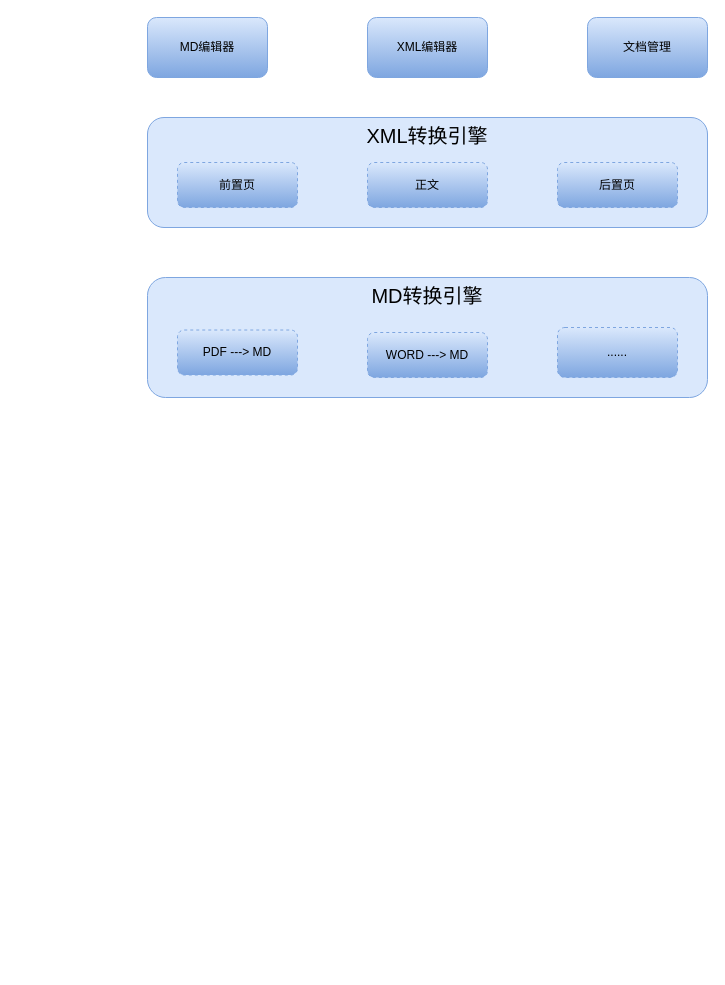
This is 标准数字化项目.drawio from z-cloud-z/draw, a draw.io file, before an edit. Source tidied: cells renumbered, new cells numbered last; positions are measured from the earlier drawing's top-left corner, leaving out a move shared by most shapes. Both pictures are drawn from the tidied source at 100%, with x=0, y=0 at pixel (147, 17).
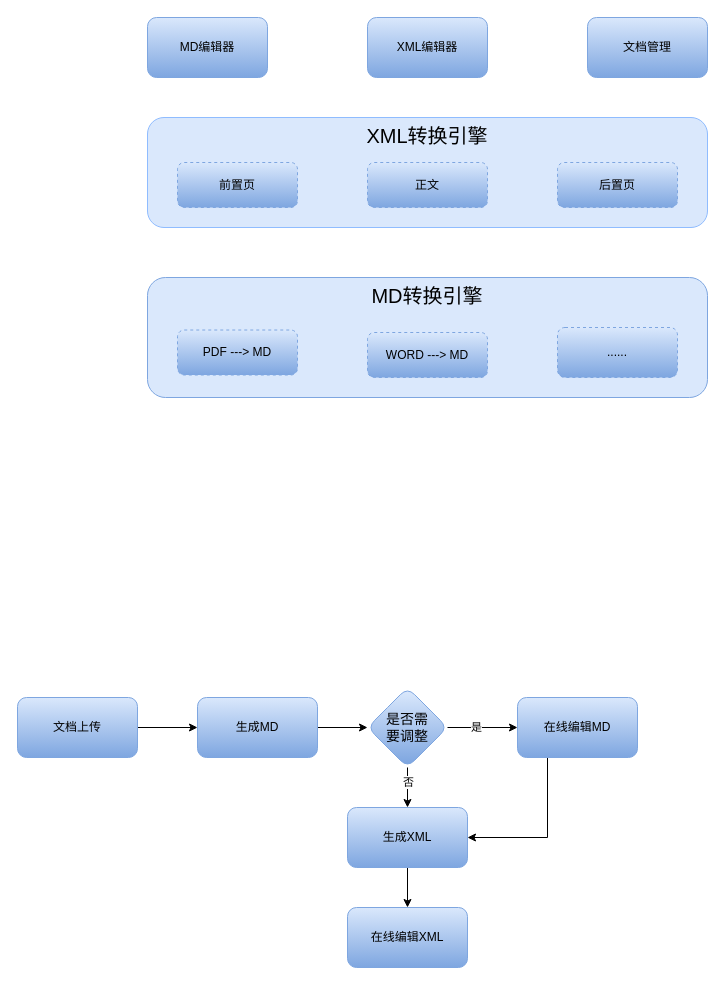
The same page after the edit.

Commit message (it also covers changes not shown here):
更新标准数字化项目.drawio

What changed in the source:
```diff
@@
-    <mxCell id="9" value="XML转换引擎" style="rounded=1;whiteSpace=wrap;html=1;verticalAlign=top;fontSize=20;fillColor=#dae8fc;strokeColor=#7EA6E0;" parent="1" vertex="1">
+    <mxCell id="9" value="XML转换引擎" style="rounded=1;whiteSpace=wrap;html=1;verticalAlign=top;fontSize=20;fillColor=#dae8fc;strokeColor=#8FBCFF;" parent="1" vertex="1">
       <mxGeometry y="100" width="560" height="110" as="geometry" />
     </mxCell>
@@
+    <mxCell id="13" style="edgeStyle=orthogonalEdgeStyle;rounded=0;jettySize=auto;html=1;" parent="1" edge="1" source="14" target="16">
+      <mxGeometry relative="1" as="geometry" />
+    </mxCell>
+    <mxCell id="14" value="文档上传" style="rounded=1;whiteSpace=wrap;html=1;fillColor=#dae8fc;gradientColor=#7ea6e0;strokeColor=#7EA6E0;" parent="1" vertex="1">
+      <mxGeometry x="-130" y="680" width="120" height="60" as="geometry" />
+    </mxCell>
+    <mxCell id="15" style="edgeStyle=orthogonalEdgeStyle;rounded=0;jettySize=auto;html=1;" parent="1" edge="1" source="16" target="21">
+      <mxGeometry relative="1" as="geometry" />
+    </mxCell>
+    <mxCell id="16" value="生成MD" style="rounded=1;whiteSpace=wrap;html=1;fillColor=#dae8fc;gradientColor=#7ea6e0;strokeColor=#7EA6E0;" parent="1" vertex="1">
+      <mxGeometry x="50" y="680" width="120" height="60" as="geometry" />
+    </mxCell>
+    <mxCell id="17" style="edgeStyle=orthogonalEdgeStyle;rounded=0;jettySize=auto;html=1;" parent="1" edge="1" source="21" target="23">
+      <mxGeometry relative="1" as="geometry" />
+    </mxCell>
+    <mxCell id="18" value="否" style="edgeLabel;html=1;align=center;verticalAlign=middle;" parent="17" vertex="1">
+      <mxGeometry x="-0.31" y="-4" relative="1" as="geometry">
+        <mxPoint x="4" as="offset" />
+      </mxGeometry>
+    </mxCell>
+    <mxCell id="19" style="edgeStyle=orthogonalEdgeStyle;rounded=0;jettySize=auto;html=1;" parent="1" edge="1" source="21" target="25">
+      <mxGeometry relative="1" as="geometry" />
+    </mxCell>
+    <mxCell id="20" value="是" style="edgeLabel;html=1;align=center;verticalAlign=middle;" parent="19" vertex="1">
+      <mxGeometry x="-0.2" y="1" relative="1" as="geometry" />
+    </mxCell>
+    <mxCell id="21" value="&lt;font style=&quot;font-size: 14px;&quot;&gt;是否需&lt;/font&gt;&lt;div&gt;&lt;font style=&quot;font-size: 14px;&quot;&gt;要调整&lt;/font&gt;&lt;/div&gt;" style="rhombus;whiteSpace=wrap;html=1;fillColor=#dae8fc;strokeColor=#7EA6E0;rounded=1;gradientColor=#7ea6e0;" parent="1" vertex="1">
+      <mxGeometry x="220" y="670" width="80" height="80" as="geometry" />
+    </mxCell>
+    <mxCell id="22" style="edgeStyle=orthogonalEdgeStyle;rounded=0;jettySize=auto;html=1;" parent="1" edge="1" source="23" target="26">
+      <mxGeometry relative="1" as="geometry" />
+    </mxCell>
+    <mxCell id="23" value="生成XML" style="whiteSpace=wrap;html=1;fillColor=#dae8fc;strokeColor=#7EA6E0;rounded=1;gradientColor=#7ea6e0;" parent="1" vertex="1">
+      <mxGeometry x="200" y="790" width="120" height="60" as="geometry" />
+    </mxCell>
+    <mxCell id="24" style="edgeStyle=orthogonalEdgeStyle;rounded=0;jettySize=auto;html=1;entryX=1;entryY=0.5;entryDx=0;entryDy=0;" parent="1" edge="1" source="25" target="23">
+      <mxGeometry relative="1" as="geometry">
+        <Array as="points">
+          <mxPoint x="400" y="820" />
+        </Array>
+      </mxGeometry>
+    </mxCell>
+    <mxCell id="25" value="在线编辑MD" style="whiteSpace=wrap;html=1;fillColor=#dae8fc;strokeColor=#7EA6E0;rounded=1;gradientColor=#7ea6e0;" parent="1" vertex="1">
+      <mxGeometry x="370" y="680" width="120" height="60" as="geometry" />
+    </mxCell>
+    <mxCell id="26" value="在线编辑XML" style="whiteSpace=wrap;html=1;fillColor=#dae8fc;strokeColor=#7EA6E0;rounded=1;gradientColor=#7ea6e0;" parent="1" vertex="1">
+      <mxGeometry x="200" y="890" width="120" height="60" as="geometry" />
+    </mxCell>
```
